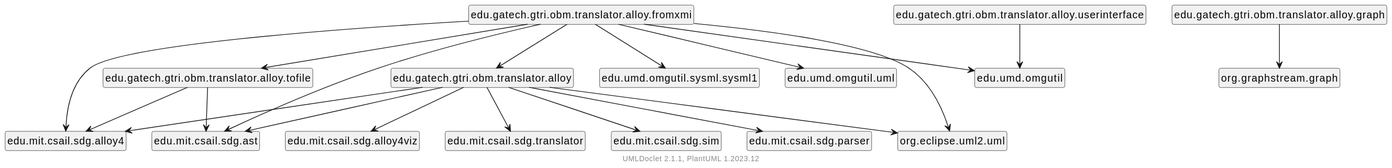
ontological-behavior-modeling/tester keeps this PlantUML diagram as package-dependencies.svg. Above is the earlier version.
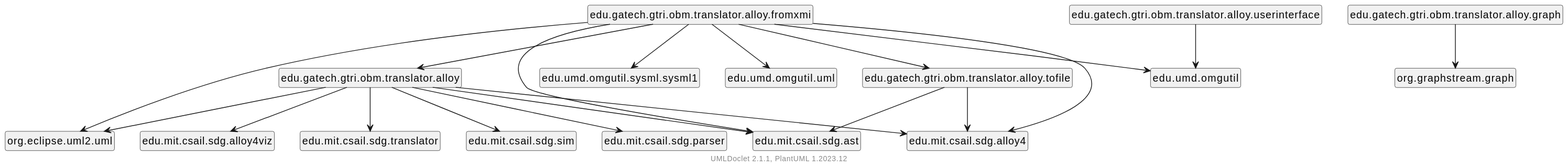
Above is the later version.

Change to the diagram source:
```diff
@@ -5,35 +5,35 @@
     hide empty fields
     hide empty methods
 
+    edu.gatech.gtri.obm.translator.alloy --> edu.mit.csail.sdg.ast
     edu.gatech.gtri.obm.translator.alloy --> edu.mit.csail.sdg.parser
-    edu.gatech.gtri.obm.translator.alloy --> edu.mit.csail.sdg.ast
     edu.gatech.gtri.obm.translator.alloy --> org.eclipse.uml2.uml
     edu.gatech.gtri.obm.translator.alloy --> edu.mit.csail.sdg.alloy4viz
     edu.gatech.gtri.obm.translator.alloy --> edu.mit.csail.sdg.translator
     edu.gatech.gtri.obm.translator.alloy --> edu.mit.csail.sdg.alloy4
     edu.gatech.gtri.obm.translator.alloy --> edu.mit.csail.sdg.sim
-    edu.gatech.gtri.obm.translator.alloy.tofile --> edu.mit.csail.sdg.ast
-    edu.gatech.gtri.obm.translator.alloy.tofile --> edu.mit.csail.sdg.alloy4
     edu.gatech.gtri.obm.translator.alloy.fromxmi --> edu.umd.omgutil.sysml.sysml1
     edu.gatech.gtri.obm.translator.alloy.fromxmi --> edu.umd.omgutil
     edu.gatech.gtri.obm.translator.alloy.fromxmi --> org.eclipse.uml2.uml
     edu.gatech.gtri.obm.translator.alloy.fromxmi --> edu.mit.csail.sdg.ast
     edu.gatech.gtri.obm.translator.alloy.fromxmi --> edu.umd.omgutil.uml
-    edu.gatech.gtri.obm.translator.alloy.fromxmi --> edu.gatech.gtri.obm.translator.alloy
     edu.gatech.gtri.obm.translator.alloy.fromxmi --> edu.mit.csail.sdg.alloy4
     edu.gatech.gtri.obm.translator.alloy.fromxmi --> edu.gatech.gtri.obm.translator.alloy.tofile
+    edu.gatech.gtri.obm.translator.alloy.fromxmi --> edu.gatech.gtri.obm.translator.alloy
+    edu.gatech.gtri.obm.translator.alloy.tofile --> edu.mit.csail.sdg.ast
+    edu.gatech.gtri.obm.translator.alloy.tofile --> edu.mit.csail.sdg.alloy4
+    edu.gatech.gtri.obm.translator.alloy.graph --> org.graphstream.graph
     edu.gatech.gtri.obm.translator.alloy.userinterface --> edu.umd.omgutil
-    edu.gatech.gtri.obm.translator.alloy.graph --> org.graphstream.graph
 
     class "edu.gatech.gtri.obm.translator.alloy" [[edu/gatech/gtri/obm/translator/alloy/package-summary.html]] {
     }
+    class "edu.gatech.gtri.obm.translator.alloy.fromxmi" [[edu/gatech/gtri/obm/translator/alloy/fromxmi/package-summary.html]] {
+    }
     class "edu.gatech.gtri.obm.translator.alloy.tofile" [[edu/gatech/gtri/obm/translator/alloy/tofile/package-summary.html]] {
     }
-    class "edu.gatech.gtri.obm.translator.alloy.fromxmi" [[edu/gatech/gtri/obm/translator/alloy/fromxmi/package-summary.html]] {
+    class "edu.gatech.gtri.obm.translator.alloy.graph" [[edu/gatech/gtri/obm/translator/alloy/graph/package-summary.html]] {
     }
     class "edu.gatech.gtri.obm.translator.alloy.userinterface" [[edu/gatech/gtri/obm/translator/alloy/userinterface/package-summary.html]] {
     }
-    class "edu.gatech.gtri.obm.translator.alloy.graph" [[edu/gatech/gtri/obm/translator/alloy/graph/package-summary.html]] {
-    }
     center footer UMLDoclet 2.1.1, PlantUML %version()
 @enduml
```
